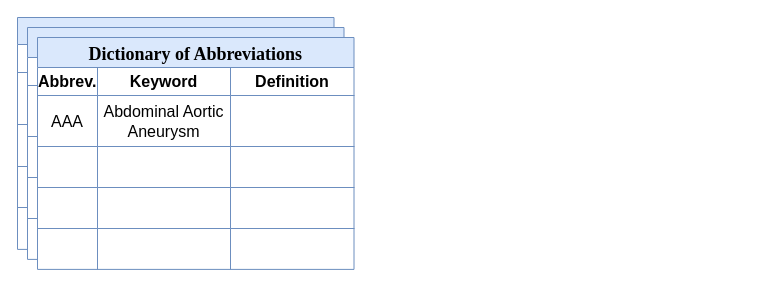
Above: Diagram/Diagram.drawio in lurker18/AI-NLP (draw.io), before the change. Source tidied: cells renumbered, new cells numbered last; positions are measured from the earlier drawing's top-left corner, leaving out a move shared by most shapes. Both pictures are drawn from the tidied source at 100%, with x=0, y=0 at pixel (17, 17).
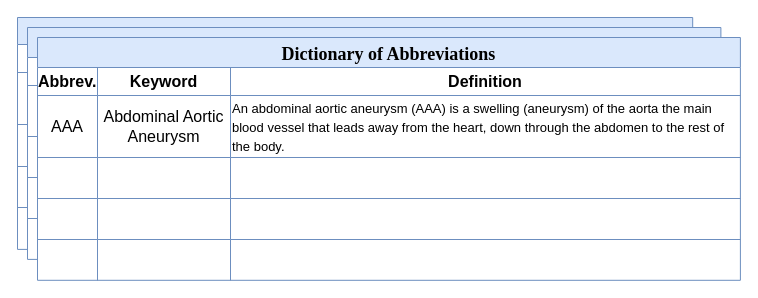
After the change.

What changed in the source:
```diff
@@
     <mxCell id="2" style="shape=table;startSize=27;childLayout=tableLayout;fontSize=18;fillColor=#dae8fc;strokeColor=#6c8ebf;gradientColor=none;swimlaneFillColor=default;fontFamily=Times New Roman;fontStyle=1;" parent="1" vertex="1">
-      <mxGeometry width="316.5" height="231.9" as="geometry" />
+      <mxGeometry width="675.2" height="231.9" as="geometry" />
     </mxCell>
     <mxCell id="3" style="shape=tableRow;horizontal=0;startSize=0;swimlaneHead=0;swimlaneBody=0;strokeColor=inherit;top=0;left=0;bottom=0;right=0;fillColor=none;fontSize=16;" parent="2" vertex="1">
-      <mxGeometry y="27" width="316.5" height="28" as="geometry" />
+      <mxGeometry y="27" width="675.2" height="28" as="geometry" />
     </mxCell>
@@
     <mxCell id="6" style="shape=partialRectangle;html=1;whiteSpace=wrap;strokeColor=inherit;overflow=hidden;fillColor=none;top=0;left=0;bottom=0;right=0;fontSize=16;fontStyle=1;" parent="3" vertex="1">
-      <mxGeometry x="193" width="124" height="28" as="geometry" />
+      <mxGeometry x="193" width="482" height="28" as="geometry" />
     </mxCell>
     <mxCell id="7" style="shape=tableRow;horizontal=0;startSize=0;swimlaneHead=0;swimlaneBody=0;strokeColor=inherit;top=0;left=0;bottom=0;right=0;fillColor=none;fontSize=16;" parent="2" vertex="1">
-      <mxGeometry y="55" width="316.5" height="52" as="geometry" />
+      <mxGeometry y="55" width="675.2" height="52" as="geometry" />
     </mxCell>
@@
     <mxCell id="10" style="shape=partialRectangle;html=1;whiteSpace=wrap;strokeColor=inherit;overflow=hidden;fillColor=none;top=0;left=0;bottom=0;right=0;fontSize=16;" parent="7" vertex="1">
-      <mxGeometry x="193" width="124" height="52" as="geometry" />
+      <mxGeometry x="193" width="482" height="52" as="geometry" />
     </mxCell>
     <mxCell id="11" style="shape=tableRow;horizontal=0;startSize=0;swimlaneHead=0;swimlaneBody=0;strokeColor=inherit;top=0;left=0;bottom=0;right=0;fillColor=none;fontSize=16;" parent="2" vertex="1">
-      <mxGeometry y="107" width="316.5" height="42" as="geometry" />
+      <mxGeometry y="107" width="675.2" height="42" as="geometry" />
     </mxCell>
@@
     <mxCell id="14" style="shape=partialRectangle;html=1;whiteSpace=wrap;strokeColor=inherit;overflow=hidden;fillColor=none;top=0;left=0;bottom=0;right=0;fontSize=16;" parent="11" vertex="1">
-      <mxGeometry x="193" width="124" height="42" as="geometry" />
+      <mxGeometry x="193" width="482" height="42" as="geometry" />
     </mxCell>
     <mxCell id="15" style="shape=tableRow;horizontal=0;startSize=0;swimlaneHead=0;swimlaneBody=0;strokeColor=inherit;top=0;left=0;bottom=0;right=0;fillColor=none;fontSize=16;" parent="2" vertex="1">
-      <mxGeometry y="149" width="316.5" height="41" as="geometry" />
+      <mxGeometry y="149" width="675.2" height="41" as="geometry" />
     </mxCell>
@@
     <mxCell id="18" style="shape=partialRectangle;html=1;whiteSpace=wrap;strokeColor=inherit;overflow=hidden;fillColor=none;top=0;left=0;bottom=0;right=0;fontSize=16;" parent="15" vertex="1">
-      <mxGeometry x="193" width="124" height="41" as="geometry" />
+      <mxGeometry x="193" width="482" height="41" as="geometry" />
     </mxCell>
     <mxCell id="19" style="shape=tableRow;horizontal=0;startSize=0;swimlaneHead=0;swimlaneBody=0;strokeColor=inherit;top=0;left=0;bottom=0;right=0;fillColor=none;fontSize=16;" parent="2" vertex="1">
-      <mxGeometry y="190" width="316.5" height="42" as="geometry" />
+      <mxGeometry y="190" width="675.2" height="42" as="geometry" />
     </mxCell>
@@
     <mxCell id="22" style="shape=partialRectangle;html=1;whiteSpace=wrap;strokeColor=inherit;overflow=hidden;fillColor=none;top=0;left=0;bottom=0;right=0;fontSize=16;" parent="19" vertex="1">
-      <mxGeometry x="193" width="124" height="42" as="geometry" />
+      <mxGeometry x="193" width="482" height="42" as="geometry" />
     </mxCell>
     <mxCell id="23" style="shape=table;startSize=30;childLayout=tableLayout;fontSize=18;fillColor=#dae8fc;strokeColor=#6c8ebf;gradientColor=none;swimlaneFillColor=default;fontFamily=Times New Roman;fontStyle=1;" parent="1" vertex="1">
-      <mxGeometry x="10" y="10" width="316.5" height="231.9" as="geometry" />
+      <mxGeometry x="10" y="10" width="693.4" height="231.9" as="geometry" />
     </mxCell>
     <mxCell id="24" style="shape=tableRow;horizontal=0;startSize=0;swimlaneHead=0;swimlaneBody=0;strokeColor=inherit;top=0;left=0;bottom=0;right=0;fillColor=none;fontSize=16;" parent="23" vertex="1">
-      <mxGeometry y="30" width="316.5" height="28" as="geometry" />
+      <mxGeometry y="30" width="693.4" height="28" as="geometry" />
     </mxCell>
@@
     <mxCell id="27" style="shape=partialRectangle;html=1;whiteSpace=wrap;strokeColor=inherit;overflow=hidden;fillColor=none;top=0;left=0;bottom=0;right=0;fontSize=16;fontStyle=1;" parent="24" vertex="1">
-      <mxGeometry x="193" width="124" height="28" as="geometry" />
+      <mxGeometry x="193" width="500" height="28" as="geometry" />
     </mxCell>
     <mxCell id="28" style="shape=tableRow;horizontal=0;startSize=0;swimlaneHead=0;swimlaneBody=0;strokeColor=inherit;top=0;left=0;bottom=0;right=0;fillColor=none;fontSize=16;" parent="23" vertex="1">
-      <mxGeometry y="58" width="316.5" height="51" as="geometry" />
+      <mxGeometry y="58" width="693.4" height="51" as="geometry" />
     </mxCell>
@@
     <mxCell id="31" style="shape=partialRectangle;html=1;whiteSpace=wrap;strokeColor=inherit;overflow=hidden;fillColor=none;top=0;left=0;bottom=0;right=0;fontSize=16;" parent="28" vertex="1">
-      <mxGeometry x="193" width="124" height="51" as="geometry" />
+      <mxGeometry x="193" width="500" height="51" as="geometry" />
     </mxCell>
     <mxCell id="32" style="shape=tableRow;horizontal=0;startSize=0;swimlaneHead=0;swimlaneBody=0;strokeColor=inherit;top=0;left=0;bottom=0;right=0;fillColor=none;fontSize=16;" parent="23" vertex="1">
-      <mxGeometry y="109" width="316.5" height="41" as="geometry" />
+      <mxGeometry y="109" width="693.4" height="41" as="geometry" />
     </mxCell>
@@
     <mxCell id="35" style="shape=partialRectangle;html=1;whiteSpace=wrap;strokeColor=inherit;overflow=hidden;fillColor=none;top=0;left=0;bottom=0;right=0;fontSize=16;" parent="32" vertex="1">
-      <mxGeometry x="193" width="124" height="41" as="geometry" />
+      <mxGeometry x="193" width="500" height="41" as="geometry" />
     </mxCell>
     <mxCell id="36" style="shape=tableRow;horizontal=0;startSize=0;swimlaneHead=0;swimlaneBody=0;strokeColor=inherit;top=0;left=0;bottom=0;right=0;fillColor=none;fontSize=16;" parent="23" vertex="1">
-      <mxGeometry y="150" width="316.5" height="41" as="geometry" />
+      <mxGeometry y="150" width="693.4" height="41" as="geometry" />
     </mxCell>
@@
     <mxCell id="39" style="shape=partialRectangle;html=1;whiteSpace=wrap;strokeColor=inherit;overflow=hidden;fillColor=none;top=0;left=0;bottom=0;right=0;fontSize=16;" parent="36" vertex="1">
-      <mxGeometry x="193" width="124" height="41" as="geometry" />
+      <mxGeometry x="193" width="500" height="41" as="geometry" />
     </mxCell>
     <mxCell id="40" style="shape=tableRow;horizontal=0;startSize=0;swimlaneHead=0;swimlaneBody=0;strokeColor=inherit;top=0;left=0;bottom=0;right=0;fillColor=none;fontSize=16;" parent="23" vertex="1">
-      <mxGeometry y="191" width="316.5" height="41" as="geometry" />
+      <mxGeometry y="191" width="693.4" height="41" as="geometry" />
     </mxCell>
@@
     <mxCell id="43" style="shape=partialRectangle;html=1;whiteSpace=wrap;strokeColor=inherit;overflow=hidden;fillColor=none;top=0;left=0;bottom=0;right=0;fontSize=16;" parent="40" vertex="1">
-      <mxGeometry x="193" width="124" height="41" as="geometry" />
+      <mxGeometry x="193" width="500" height="41" as="geometry" />
     </mxCell>
     <mxCell id="44" value="Dictionary of Abbreviations" style="shape=table;startSize=30;childLayout=tableLayout;fontSize=18;fillColor=#dae8fc;strokeColor=#6c8ebf;gradientColor=none;swimlaneFillColor=default;fontFamily=Times New Roman;fontStyle=1;" parent="1" vertex="1">
-      <mxGeometry x="20" y="20" width="316.5" height="231.9" as="geometry" />
+      <mxGeometry x="20" y="20" width="702.9" height="242.8" as="geometry" />
     </mxCell>
     <mxCell id="45" style="shape=tableRow;horizontal=0;startSize=0;swimlaneHead=0;swimlaneBody=0;strokeColor=inherit;top=0;left=0;bottom=0;right=0;fillColor=none;fontSize=16;" parent="44" vertex="1">
-      <mxGeometry y="30" width="316.5" height="28" as="geometry" />
+      <mxGeometry y="30" width="702.9" height="28" as="geometry" />
     </mxCell>
@@
     <mxCell id="48" value="Definition" style="shape=partialRectangle;html=1;whiteSpace=wrap;strokeColor=inherit;overflow=hidden;fillColor=none;top=0;left=0;bottom=0;right=0;fontSize=16;fontStyle=1;" parent="45" vertex="1">
-      <mxGeometry x="193" width="124" height="28" as="geometry" />
+      <mxGeometry x="193" width="510" height="28" as="geometry" />
     </mxCell>
     <mxCell id="49" style="shape=tableRow;horizontal=0;startSize=0;swimlaneHead=0;swimlaneBody=0;strokeColor=inherit;top=0;left=0;bottom=0;right=0;fillColor=none;fontSize=16;" parent="44" vertex="1">
-      <mxGeometry y="58" width="316.5" height="51" as="geometry" />
+      <mxGeometry y="58" width="702.9" height="62" as="geometry" />
     </mxCell>
     <mxCell id="50" value="AAA" style="shape=partialRectangle;html=1;whiteSpace=wrap;strokeColor=inherit;overflow=hidden;fillColor=none;top=0;left=0;bottom=0;right=0;fontSize=16;" parent="49" vertex="1">
-      <mxGeometry width="60" height="51" as="geometry" />
+      <mxGeometry width="60" height="62" as="geometry" />
     </mxCell>
     <mxCell id="51" value="Abdominal Aortic Aneurysm" style="shape=partialRectangle;html=1;whiteSpace=wrap;strokeColor=inherit;overflow=hidden;fillColor=none;top=0;left=0;bottom=0;right=0;fontSize=16;" parent="49" vertex="1">
-      <mxGeometry x="60" width="133" height="51" as="geometry" />
+      <mxGeometry x="60" width="133" height="62" as="geometry" />
     </mxCell>
-    <mxCell id="52" style="shape=partialRectangle;html=1;whiteSpace=wrap;strokeColor=inherit;overflow=hidden;fillColor=none;top=0;left=0;bottom=0;right=0;fontSize=16;" parent="49" vertex="1">
-      <mxGeometry x="193" width="124" height="51" as="geometry" />
+    <mxCell id="52" value="&lt;font style=&quot;font-size: 13px;&quot;&gt;An abdominal aortic aneurysm (AAA) is a swelling (aneurysm) of the aorta the main blood vessel that leads away from the heart, down through the abdomen to the rest of the body.&amp;nbsp;&lt;/font&gt;" style="shape=partialRectangle;html=1;whiteSpace=wrap;strokeColor=inherit;overflow=hidden;fillColor=none;top=0;left=0;bottom=0;right=0;fontSize=16;align=left;" parent="49" vertex="1">
+      <mxGeometry x="193" width="510" height="62" as="geometry" />
     </mxCell>
     <mxCell id="53" style="shape=tableRow;horizontal=0;startSize=0;swimlaneHead=0;swimlaneBody=0;strokeColor=inherit;top=0;left=0;bottom=0;right=0;fillColor=none;fontSize=16;" parent="44" vertex="1">
-      <mxGeometry y="109" width="316.5" height="41" as="geometry" />
+      <mxGeometry y="120" width="702.9" height="41" as="geometry" />
     </mxCell>
@@
     <mxCell id="56" style="shape=partialRectangle;html=1;whiteSpace=wrap;strokeColor=inherit;overflow=hidden;fillColor=none;top=0;left=0;bottom=0;right=0;fontSize=16;" parent="53" vertex="1">
-      <mxGeometry x="193" width="124" height="41" as="geometry" />
+      <mxGeometry x="193" width="510" height="41" as="geometry" />
     </mxCell>
     <mxCell id="57" style="shape=tableRow;horizontal=0;startSize=0;swimlaneHead=0;swimlaneBody=0;strokeColor=inherit;top=0;left=0;bottom=0;right=0;fillColor=none;fontSize=16;" parent="44" vertex="1">
-      <mxGeometry y="150" width="316.5" height="41" as="geometry" />
+      <mxGeometry y="161" width="702.9" height="41" as="geometry" />
     </mxCell>
@@
     <mxCell id="60" style="shape=partialRectangle;html=1;whiteSpace=wrap;strokeColor=inherit;overflow=hidden;fillColor=none;top=0;left=0;bottom=0;right=0;fontSize=16;" parent="57" vertex="1">
-      <mxGeometry x="193" width="124" height="41" as="geometry" />
+      <mxGeometry x="193" width="510" height="41" as="geometry" />
     </mxCell>
     <mxCell id="61" style="shape=tableRow;horizontal=0;startSize=0;swimlaneHead=0;swimlaneBody=0;strokeColor=inherit;top=0;left=0;bottom=0;right=0;fillColor=none;fontSize=16;" parent="44" vertex="1">
-      <mxGeometry y="191" width="316.5" height="41" as="geometry" />
+      <mxGeometry y="202" width="702.9" height="41" as="geometry" />
     </mxCell>
@@
     <mxCell id="64" style="shape=partialRectangle;html=1;whiteSpace=wrap;strokeColor=inherit;overflow=hidden;fillColor=none;top=0;left=0;bottom=0;right=0;fontSize=16;" parent="61" vertex="1">
-      <mxGeometry x="193" width="124" height="41" as="geometry" />
+      <mxGeometry x="193" width="510" height="41" as="geometry" />
     </mxCell>
```
